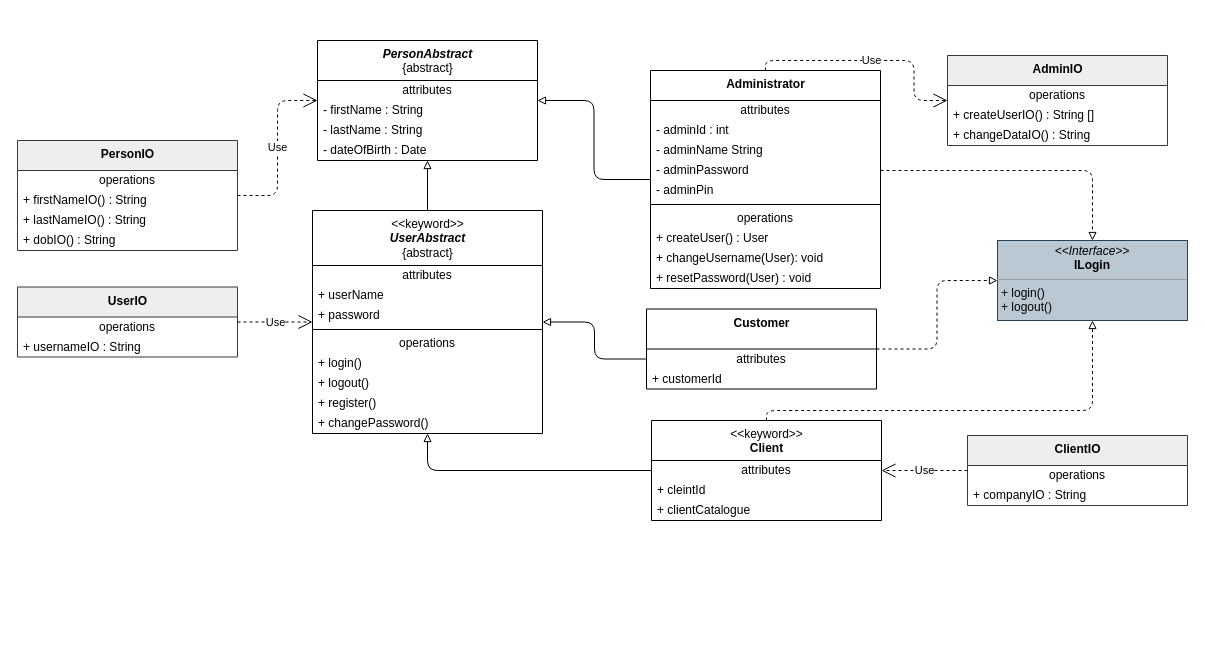
Before: page "Classes_Person" (2 of 7) of Doku/Klassendiagramm UserHandler.drawio in DevElli/DSBDSEBG01_Fallstudie-Softwareengineering_2021, a draw.io diagram. Source tidied: cells renumbered, new cells numbered last; positions are measured from the earlier drawing's top-left corner, leaving out a move shared by most shapes. Both pictures are drawn from the tidied source at 100%, with x=0, y=0 at pixel (17, 40).
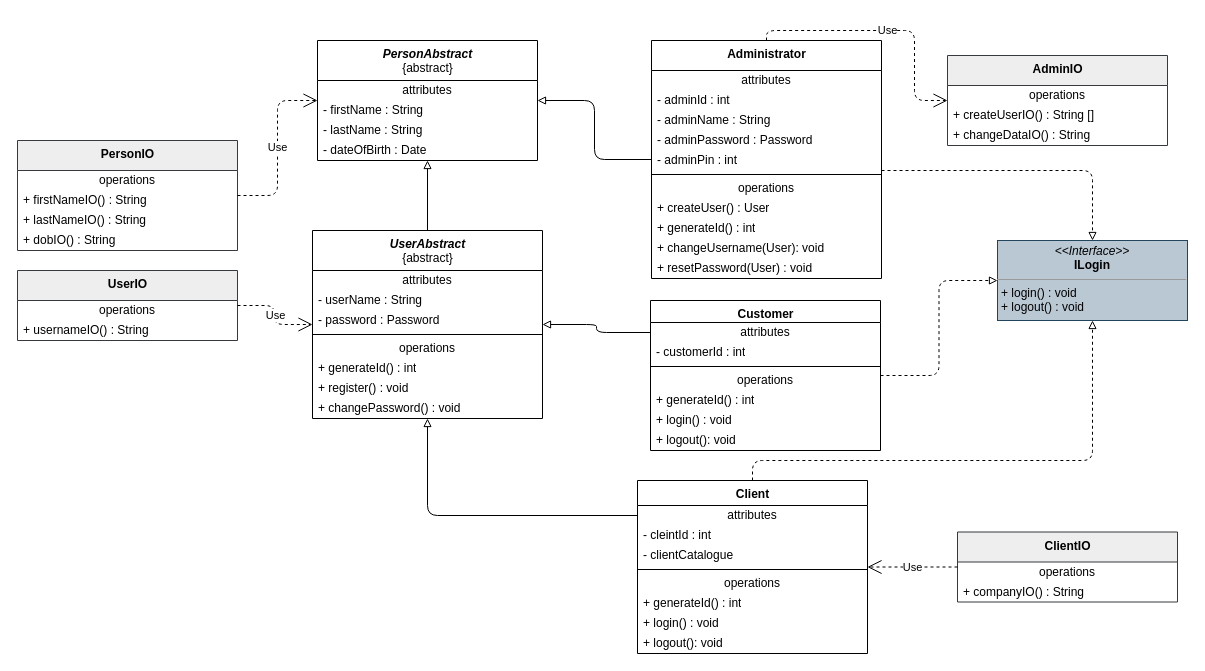
After the change.

What changed in the source:
```diff
@@
-    <mxCell id="8" value="&amp;lt;&amp;lt;keyword&amp;gt;&amp;gt;&lt;br&gt;&lt;i&gt;&lt;b&gt;UserAbstract&lt;/b&gt;&lt;br&gt;&lt;/i&gt;{abstract}" style="swimlane;fontStyle=0;align=center;verticalAlign=top;horizontal=1;startSize=55;html=1;" parent="1" vertex="1">
-      <mxGeometry x="295" y="170" width="230" height="223" as="geometry" />
+    <mxCell id="8" value="&lt;i&gt;&lt;b&gt;UserAbstract&lt;/b&gt;&lt;br&gt;&lt;/i&gt;{abstract}" style="swimlane;fontStyle=0;align=center;verticalAlign=top;horizontal=1;startSize=40;html=1;" parent="1" vertex="1">
+      <mxGeometry x="295" y="190" width="230" height="188" as="geometry" />
     </mxCell>
     <mxCell id="9" value="attributes" style="text;html=1;strokeColor=none;fillColor=none;align=center;verticalAlign=middle;spacingLeft=4;spacingRight=4;overflow=hidden;" parent="8" vertex="1">
-      <mxGeometry y="55" width="230" height="20" as="geometry" />
+      <mxGeometry y="40" width="230" height="20" as="geometry" />
     </mxCell>
-    <mxCell id="10" value="+ userName" style="text;html=1;strokeColor=none;fillColor=none;align=left;verticalAlign=middle;spacingLeft=4;spacingRight=4;overflow=hidden;" parent="8" vertex="1">
-      <mxGeometry y="75" width="230" height="20" as="geometry" />
+    <mxCell id="10" value="- userName : String" style="text;html=1;strokeColor=none;fillColor=none;align=left;verticalAlign=middle;spacingLeft=4;spacingRight=4;overflow=hidden;" parent="8" vertex="1">
+      <mxGeometry y="60" width="230" height="20" as="geometry" />
     </mxCell>
-    <mxCell id="11" value="+ password" style="text;html=1;strokeColor=none;fillColor=none;align=left;verticalAlign=middle;spacingLeft=4;spacingRight=4;overflow=hidden;" parent="8" vertex="1">
-      <mxGeometry y="95" width="230" height="20" as="geometry" />
+    <mxCell id="11" value="- password : Password" style="text;html=1;strokeColor=none;fillColor=none;align=left;verticalAlign=middle;spacingLeft=4;spacingRight=4;overflow=hidden;" parent="8" vertex="1">
+      <mxGeometry y="80" width="230" height="20" as="geometry" />
     </mxCell>
     <mxCell id="12" style="line;strokeWidth=1;fillColor=none;align=left;verticalAlign=middle;spacingTop=-1;spacingLeft=3;spacingRight=3;labelPosition=right;" parent="8" vertex="1">
-      <mxGeometry y="115" width="230" height="8" as="geometry" />
+      <mxGeometry y="100" width="230" height="8" as="geometry" />
     </mxCell>
     <mxCell id="13" value="operations" style="text;html=1;strokeColor=none;fillColor=none;align=center;verticalAlign=middle;spacingLeft=4;spacingRight=4;overflow=hidden;" parent="8" vertex="1">
-      <mxGeometry y="123" width="230" height="20" as="geometry" />
+      <mxGeometry y="108" width="230" height="20" as="geometry" />
     </mxCell>
-    <mxCell id="14" value="+ login()" style="text;html=1;strokeColor=none;fillColor=none;align=left;verticalAlign=middle;spacingLeft=4;spacingRight=4;overflow=hidden;" parent="8" vertex="1">
-      <mxGeometry y="143" width="230" height="20" as="geometry" />
-    </mxCell>
-    <mxCell id="15" value="+ logout()" style="text;html=1;strokeColor=none;fillColor=none;align=left;verticalAlign=middle;spacingLeft=4;spacingRight=4;overflow=hidden;" parent="8" vertex="1">
-      <mxGeometry y="163" width="230" height="20" as="geometry" />
-    </mxCell>
+    <mxCell id="63" value="+ generateId() : int" style="text;html=1;strokeColor=none;fillColor=none;align=left;verticalAlign=middle;spacingLeft=4;spacingRight=4;overflow=hidden;" parent="8" vertex="1">
+      <mxGeometry y="128" width="230" height="20" as="geometry" />
+    </mxCell>
-    <mxCell id="16" value="+ register()" style="text;html=1;strokeColor=none;fillColor=none;align=left;verticalAlign=middle;spacingLeft=4;spacingRight=4;overflow=hidden;" parent="8" vertex="1">
-      <mxGeometry y="183" width="230" height="20" as="geometry" />
+    <mxCell id="16" value="+ register() : void&amp;nbsp;" style="text;html=1;strokeColor=none;fillColor=none;align=left;verticalAlign=middle;spacingLeft=4;spacingRight=4;overflow=hidden;" parent="8" vertex="1">
+      <mxGeometry y="148" width="230" height="20" as="geometry" />
     </mxCell>
-    <mxCell id="17" value="+ changePassword()" style="text;html=1;strokeColor=none;fillColor=none;align=left;verticalAlign=middle;spacingLeft=4;spacingRight=4;overflow=hidden;" parent="8" vertex="1">
-      <mxGeometry y="203" width="230" height="20" as="geometry" />
+    <mxCell id="17" value="+ changePassword() : void" style="text;html=1;strokeColor=none;fillColor=none;align=left;verticalAlign=middle;spacingLeft=4;spacingRight=4;overflow=hidden;" parent="8" vertex="1">
+      <mxGeometry y="168" width="230" height="20" as="geometry" />
     </mxCell>
-    <mxCell id="18" value="&amp;lt;&amp;lt;keyword&amp;gt;&amp;gt;&lt;br&gt;&lt;b&gt;Client&lt;/b&gt;" style="swimlane;fontStyle=0;align=center;verticalAlign=top;horizontal=1;startSize=40;html=1;" parent="1" vertex="1">
-      <mxGeometry x="634" y="380" width="230" height="100" as="geometry" />
+    <mxCell id="18" value="&lt;b&gt;Client&lt;/b&gt;" style="swimlane;fontStyle=0;align=center;verticalAlign=top;horizontal=1;startSize=25;html=1;" parent="1" vertex="1">
+      <mxGeometry x="620" y="440" width="230" height="173" as="geometry" />
     </mxCell>
     <mxCell id="19" value="attributes" style="text;html=1;strokeColor=none;fillColor=none;align=center;verticalAlign=middle;spacingLeft=4;spacingRight=4;overflow=hidden;points=[[0,0.5],[1,0.5]];portConstraint=eastwest;" parent="18" vertex="1">
-      <mxGeometry y="40" width="230" height="20" as="geometry" />
+      <mxGeometry y="25" width="230" height="20" as="geometry" />
     </mxCell>
-    <mxCell id="20" value="+ cleintId" style="text;html=1;strokeColor=none;fillColor=none;align=left;verticalAlign=middle;spacingLeft=4;spacingRight=4;overflow=hidden;" parent="18" vertex="1">
-      <mxGeometry y="60" width="230" height="20" as="geometry" />
+    <mxCell id="20" value="- cleintId : int" style="text;html=1;strokeColor=none;fillColor=none;align=left;verticalAlign=middle;spacingLeft=4;spacingRight=4;overflow=hidden;" parent="18" vertex="1">
+      <mxGeometry y="45" width="230" height="20" as="geometry" />
     </mxCell>
-    <mxCell id="21" value="+ clientCatalogue" style="text;html=1;strokeColor=none;fillColor=none;align=left;verticalAlign=middle;spacingLeft=4;spacingRight=4;overflow=hidden;" parent="18" vertex="1">
-      <mxGeometry y="80" width="230" height="20" as="geometry" />
+    <mxCell id="21" value="- clientCatalogue" style="text;html=1;strokeColor=none;fillColor=none;align=left;verticalAlign=middle;spacingLeft=4;spacingRight=4;overflow=hidden;" parent="18" vertex="1">
+      <mxGeometry y="65" width="230" height="20" as="geometry" />
     </mxCell>
+    <mxCell id="64" style="line;strokeWidth=1;fillColor=none;align=left;verticalAlign=middle;spacingTop=-1;spacingLeft=3;spacingRight=3;labelPosition=right;" parent="18" vertex="1">
+      <mxGeometry y="85" width="230" height="8" as="geometry" />
+    </mxCell>
+    <mxCell id="65" value="operations" style="text;html=1;strokeColor=none;fillColor=none;align=center;verticalAlign=middle;spacingLeft=4;spacingRight=4;overflow=hidden;" parent="18" vertex="1">
+      <mxGeometry y="93" width="230" height="20" as="geometry" />
+    </mxCell>
+    <mxCell id="66" value="+ generateId() : int" style="text;html=1;strokeColor=none;fillColor=none;align=left;verticalAlign=middle;spacingLeft=4;spacingRight=4;overflow=hidden;" parent="18" vertex="1">
+      <mxGeometry y="113" width="230" height="20" as="geometry" />
+    </mxCell>
+    <mxCell id="67" value="+ login() : void" style="text;html=1;strokeColor=none;fillColor=none;align=left;verticalAlign=middle;spacingLeft=4;spacingRight=4;overflow=hidden;" parent="18" vertex="1">
+      <mxGeometry y="133" width="230" height="20" as="geometry" />
+    </mxCell>
+    <mxCell id="68" value="+ logout(): void" style="text;html=1;strokeColor=none;fillColor=none;align=left;verticalAlign=middle;spacingLeft=4;spacingRight=4;overflow=hidden;" parent="18" vertex="1">
+      <mxGeometry y="153" width="230" height="20" as="geometry" />
+    </mxCell>
@@
-    <mxCell id="23" value="&lt;b&gt;Customer&lt;/b&gt;" style="swimlane;fontStyle=0;align=center;verticalAlign=top;horizontal=1;startSize=40;html=1;" parent="1" vertex="1">
-      <mxGeometry x="629" y="268.5" width="230" height="80" as="geometry" />
+    <mxCell id="23" value="&lt;b&gt;Customer&lt;/b&gt;" style="swimlane;fontStyle=0;align=center;verticalAlign=top;horizontal=1;startSize=22;html=1;" parent="1" vertex="1">
+      <mxGeometry x="633" y="260" width="230" height="150" as="geometry" />
     </mxCell>
     <mxCell id="24" value="attributes" style="text;html=1;strokeColor=none;fillColor=none;align=center;verticalAlign=middle;spacingLeft=4;spacingRight=4;overflow=hidden;points=[[0,0.5],[1,0.5]];portConstraint=eastwest;" parent="23" vertex="1">
-      <mxGeometry y="40" width="230" height="20" as="geometry" />
+      <mxGeometry y="22" width="230" height="20" as="geometry" />
     </mxCell>
-    <mxCell id="25" value="+ customerId" style="text;html=1;strokeColor=none;fillColor=none;align=left;verticalAlign=middle;spacingLeft=4;spacingRight=4;overflow=hidden;" parent="23" vertex="1">
-      <mxGeometry y="60" width="230" height="20" as="geometry" />
+    <mxCell id="25" value="- customerId : int" style="text;html=1;strokeColor=none;fillColor=none;align=left;verticalAlign=middle;spacingLeft=4;spacingRight=4;overflow=hidden;" parent="23" vertex="1">
+      <mxGeometry y="42" width="230" height="20" as="geometry" />
     </mxCell>
+    <mxCell id="69" style="line;strokeWidth=1;fillColor=none;align=left;verticalAlign=middle;spacingTop=-1;spacingLeft=3;spacingRight=3;labelPosition=right;" parent="23" vertex="1">
+      <mxGeometry y="62" width="230" height="8" as="geometry" />
+    </mxCell>
+    <mxCell id="70" value="operations" style="text;html=1;strokeColor=none;fillColor=none;align=center;verticalAlign=middle;spacingLeft=4;spacingRight=4;overflow=hidden;" parent="23" vertex="1">
+      <mxGeometry y="70" width="230" height="20" as="geometry" />
+    </mxCell>
+    <mxCell id="71" value="+ generateId() : int" style="text;html=1;strokeColor=none;fillColor=none;align=left;verticalAlign=middle;spacingLeft=4;spacingRight=4;overflow=hidden;" parent="23" vertex="1">
+      <mxGeometry y="90" width="230" height="20" as="geometry" />
+    </mxCell>
+    <mxCell id="72" value="+ login() : void" style="text;html=1;strokeColor=none;fillColor=none;align=left;verticalAlign=middle;spacingLeft=4;spacingRight=4;overflow=hidden;" parent="23" vertex="1">
+      <mxGeometry y="110" width="230" height="20" as="geometry" />
+    </mxCell>
+    <mxCell id="73" value="+ logout(): void" style="text;html=1;strokeColor=none;fillColor=none;align=left;verticalAlign=middle;spacingLeft=4;spacingRight=4;overflow=hidden;" parent="23" vertex="1">
+      <mxGeometry y="130" width="230" height="20" as="geometry" />
+    </mxCell>
@@
     <mxCell id="27" value="&lt;b&gt;Administrator&lt;/b&gt;" style="swimlane;fontStyle=0;align=center;verticalAlign=top;horizontal=1;startSize=30;html=1;" parent="1" vertex="1">
-      <mxGeometry x="633" y="30" width="230" height="218" as="geometry" />
+      <mxGeometry x="634" width="230" height="238" as="geometry" />
     </mxCell>
@@
-    <mxCell id="30" value="- adminName String" style="text;html=1;strokeColor=none;fillColor=none;align=left;verticalAlign=middle;spacingLeft=4;spacingRight=4;overflow=hidden;" parent="27" vertex="1">
+    <mxCell id="30" value="- adminName : String" style="text;html=1;strokeColor=none;fillColor=none;align=left;verticalAlign=middle;spacingLeft=4;spacingRight=4;overflow=hidden;" parent="27" vertex="1">
       <mxGeometry y="70" width="230" height="20" as="geometry" />
     </mxCell>
-    <mxCell id="31" value="- adminPassword" style="text;html=1;strokeColor=none;fillColor=none;align=left;verticalAlign=middle;spacingLeft=4;spacingRight=4;overflow=hidden;points=[[0,0.5],[1,0.5]];portConstraint=eastwest;" parent="27" vertex="1">
+    <mxCell id="31" value="- adminPassword : Password" style="text;html=1;strokeColor=none;fillColor=none;align=left;verticalAlign=middle;spacingLeft=4;spacingRight=4;overflow=hidden;points=[[0,0.5],[1,0.5]];portConstraint=eastwest;" parent="27" vertex="1">
       <mxGeometry y="90" width="230" height="20" as="geometry" />
     </mxCell>
-    <mxCell id="32" value="- adminPin" style="text;html=1;strokeColor=none;fillColor=none;align=left;verticalAlign=middle;spacingLeft=4;spacingRight=4;overflow=hidden;" parent="27" vertex="1">
+    <mxCell id="32" value="- adminPin : int" style="text;html=1;strokeColor=none;fillColor=none;align=left;verticalAlign=middle;spacingLeft=4;spacingRight=4;overflow=hidden;" parent="27" vertex="1">
       <mxGeometry y="110" width="230" height="20" as="geometry" />
     </mxCell>
@@
+    <mxCell id="74" value="+ generateId() : int" style="text;html=1;strokeColor=none;fillColor=none;align=left;verticalAlign=middle;spacingLeft=4;spacingRight=4;overflow=hidden;" parent="27" vertex="1">
+      <mxGeometry y="178" width="230" height="20" as="geometry" />
+    </mxCell>
     <mxCell id="36" value="+ changeUsername(User): void" style="text;html=1;strokeColor=none;fillColor=none;align=left;verticalAlign=middle;spacingLeft=4;spacingRight=4;overflow=hidden;" parent="27" vertex="1">
-      <mxGeometry y="178" width="230" height="20" as="geometry" />
+      <mxGeometry y="198" width="230" height="20" as="geometry" />
     </mxCell>
     <mxCell id="37" value="+ resetPassword(User) : void" style="text;html=1;strokeColor=none;fillColor=none;align=left;verticalAlign=middle;spacingLeft=4;spacingRight=4;overflow=hidden;" parent="27" vertex="1">
-      <mxGeometry y="198" width="230" height="20" as="geometry" />
+      <mxGeometry y="218" width="230" height="20" as="geometry" />
     </mxCell>
@@
     <mxCell id="48" value="&lt;b&gt;&lt;font style=&quot;font-size: 12px&quot;&gt;ClientIO&lt;/font&gt;&lt;/b&gt;" style="swimlane;fontStyle=0;align=center;verticalAlign=top;horizontal=1;startSize=30;html=1;fillColor=#eeeeee;strokeColor=#36393d;" parent="1" vertex="1">
-      <mxGeometry x="950" y="395" width="220" height="70" as="geometry" />
+      <mxGeometry x="940" y="491.5" width="220" height="70" as="geometry" />
     </mxCell>
@@
-    <mxCell id="50" value="+ companyIO : String" style="text;html=1;strokeColor=none;fillColor=none;align=left;verticalAlign=middle;spacingLeft=4;spacingRight=4;overflow=hidden;" parent="48" vertex="1">
+    <mxCell id="50" value="+ companyIO() : String" style="text;html=1;strokeColor=none;fillColor=none;align=left;verticalAlign=middle;spacingLeft=4;spacingRight=4;overflow=hidden;" parent="48" vertex="1">
       <mxGeometry y="50" width="220" height="20" as="geometry" />
     </mxCell>
     <mxCell id="51" value="&lt;b&gt;&lt;font style=&quot;font-size: 12px&quot;&gt;UserIO&lt;/font&gt;&lt;/b&gt;" style="swimlane;fontStyle=0;align=center;verticalAlign=top;horizontal=1;startSize=30;html=1;fillColor=#eeeeee;strokeColor=#36393d;" parent="1" vertex="1">
-      <mxGeometry y="246.5" width="220" height="70" as="geometry" />
+      <mxGeometry y="230" width="220" height="70" as="geometry" />
     </mxCell>
@@
-    <mxCell id="53" value="+ usernameIO : String" style="text;html=1;strokeColor=none;fillColor=none;align=left;verticalAlign=middle;spacingLeft=4;spacingRight=4;overflow=hidden;" parent="51" vertex="1">
+    <mxCell id="53" value="+ usernameIO() : String" style="text;html=1;strokeColor=none;fillColor=none;align=left;verticalAlign=middle;spacingLeft=4;spacingRight=4;overflow=hidden;" parent="51" vertex="1">
       <mxGeometry y="50" width="220" height="20" as="geometry" />
     </mxCell>
-    <mxCell id="54" value="&lt;p style=&quot;margin: 0px ; margin-top: 4px ; text-align: center&quot;&gt;&lt;i&gt;&amp;lt;&amp;lt;Interface&amp;gt;&amp;gt;&lt;/i&gt;&lt;br&gt;&lt;b&gt;ILogin&lt;/b&gt;&lt;/p&gt;&lt;hr size=&quot;1&quot;&gt;&lt;p style=&quot;margin: 0px ; margin-left: 4px&quot;&gt;+ login()&lt;/p&gt;&lt;p style=&quot;margin: 0px ; margin-left: 4px&quot;&gt;+ logout()&lt;/p&gt;" style="verticalAlign=top;align=left;overflow=fill;fontSize=12;fontFamily=Helvetica;html=1;fillColor=#bac8d3;strokeColor=#23445d;" parent="1" vertex="1">
+    <mxCell id="54" value="&lt;p style=&quot;margin: 0px ; margin-top: 4px ; text-align: center&quot;&gt;&lt;i&gt;&amp;lt;&amp;lt;Interface&amp;gt;&amp;gt;&lt;/i&gt;&lt;br&gt;&lt;b&gt;ILogin&lt;/b&gt;&lt;/p&gt;&lt;hr size=&quot;1&quot;&gt;&lt;p style=&quot;margin: 0px ; margin-left: 4px&quot;&gt;+ login() : void&lt;/p&gt;&lt;p style=&quot;margin: 0px ; margin-left: 4px&quot;&gt;+ logout() : void&lt;/p&gt;" style="verticalAlign=top;align=left;overflow=fill;fontSize=12;fontFamily=Helvetica;html=1;fillColor=#bac8d3;strokeColor=#23445d;" parent="1" vertex="1">
       <mxGeometry x="980" y="200" width="190" height="80" as="geometry" />
     </mxCell>
-    <mxCell id="55" style="edgeStyle=orthogonalEdgeStyle;rounded=1;jettySize=auto;html=1;entryX=0.5;entryY=0;entryDx=0;entryDy=0;dashed=1;endArrow=block;endFill=0;" parent="1" edge="1" source="31" target="54">
-      <mxGeometry relative="1" as="geometry" />
+    <mxCell id="55" style="edgeStyle=orthogonalEdgeStyle;rounded=1;jettySize=auto;html=1;entryX=0.5;entryY=0;entryDx=0;entryDy=0;dashed=1;endArrow=block;endFill=0;" parent="1" edge="1" source="27" target="54">
+      <mxGeometry relative="1" as="geometry">
+        <Array as="points">
+          <mxPoint x="1075" y="130" />
+        </Array>
+      </mxGeometry>
     </mxCell>
     <mxCell id="56" style="edgeStyle=orthogonalEdgeStyle;rounded=1;jettySize=auto;html=1;exitX=0.5;exitY=0;exitDx=0;exitDy=0;entryX=0.5;entryY=1;entryDx=0;entryDy=0;dashed=1;endArrow=block;endFill=0;" parent="1" edge="1" source="18" target="54">
       <mxGeometry relative="1" as="geometry">
         <Array as="points">
-          <mxPoint x="749" y="370" />
-          <mxPoint x="1075" y="370" />
+          <mxPoint x="735" y="420" />
+          <mxPoint x="1075" y="420" />
         </Array>
       </mxGeometry>
     </mxCell>
```
